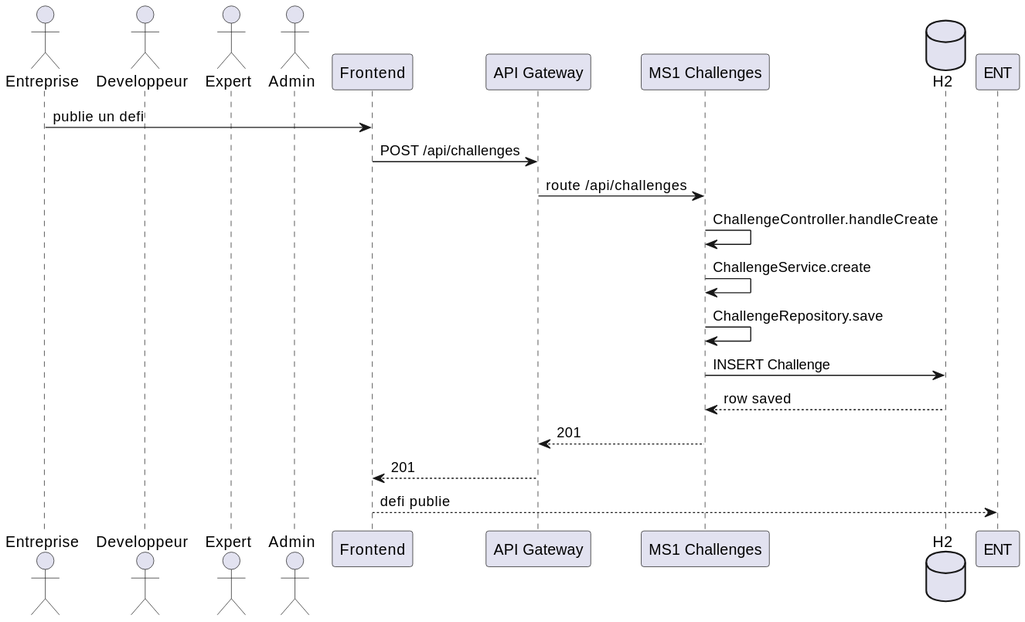
This is docs/Diagrams/Challenges/ms1-challenges-sequence.svg from reemslama/mini-projet-web, a PlantUML export, as it was before one commit.
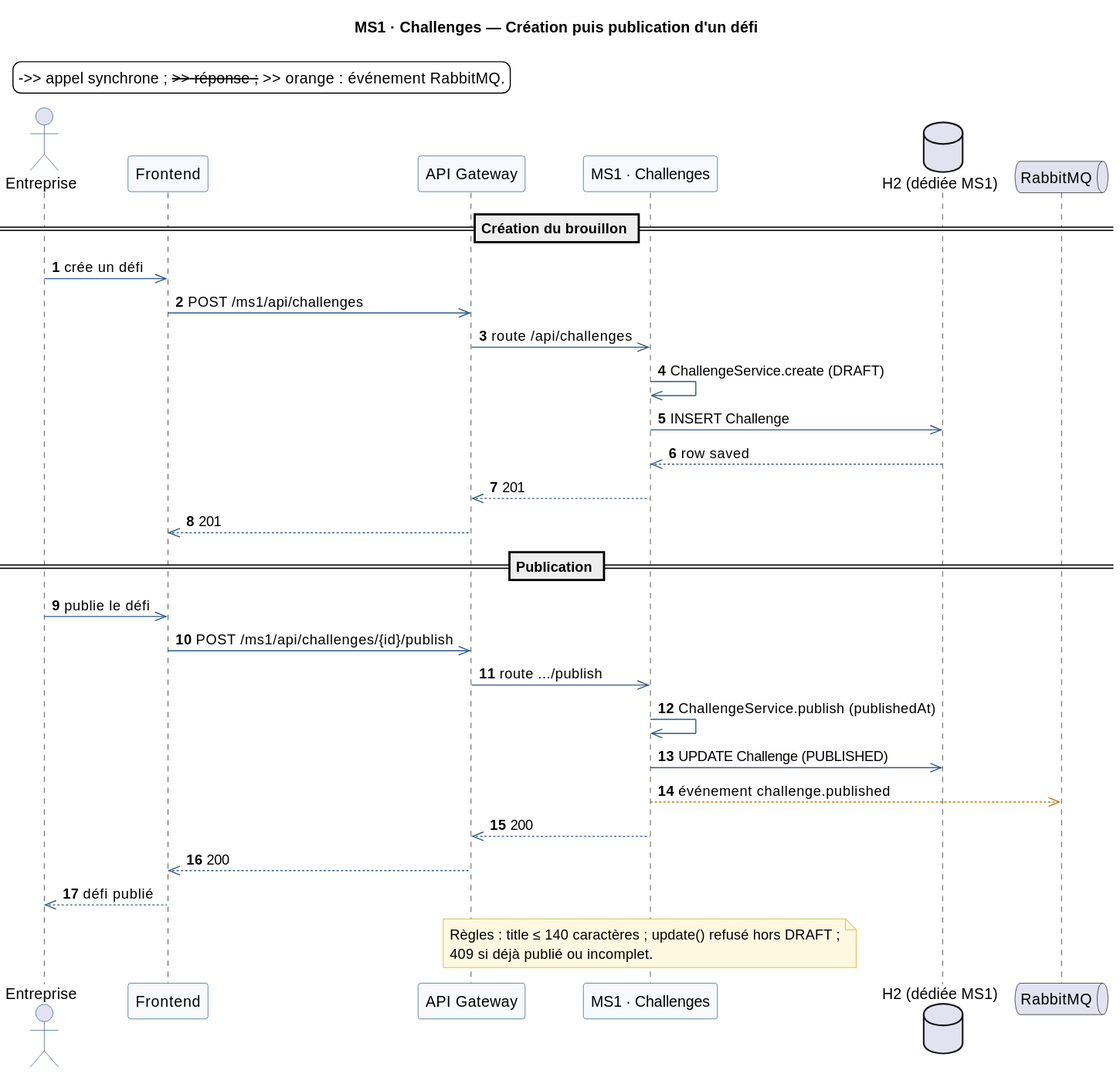
The same diagram one commit later.

The edit, as a diff of the source:
```diff
@@ -1,24 +1,54 @@
 @startuml
+title MS1 · Challenges — Création puis publication d'un défi
+
 skinparam backgroundColor #FFFFFF
-actor Entreprise
-actor Developpeur
-actor Expert
-actor Admin
+skinparam shadowing false
+skinparam FontName Helvetica
+skinparam FontSize 12
+skinparam ArrowColor #2E5A88
+skinparam ParticipantBackgroundColor #F7F9FC
+skinparam ParticipantBorderColor #2E5A88
+skinparam ActorBorderColor #2E5A88
+skinparam NoteBackgroundColor #FFF8E1
+skinparam NoteBorderColor #D9A400
+autonumber
 
+legend top left
+  ->> appel synchrone ; -->> réponse ; -->> orange : événement RabbitMQ.
+end legend
+
+actor "Entreprise" as ENT
 participant "Frontend" as FE
 participant "API Gateway" as GW
-participant "MS1 Challenges" as MS1
-database "H2" as DB
+participant "MS1 · Challenges" as MS1
+database "H2 (dédiée MS1)" as DB
+queue "RabbitMQ" as RMQ
 
-Entreprise -> FE : publie un defi
-FE -> GW : POST /api/challenges
-GW -> MS1 : route /api/challenges
-MS1 -> MS1 : ChallengeController.handleCreate
-MS1 -> MS1 : ChallengeService.create
-MS1 -> MS1 : ChallengeRepository.save
-MS1 -> DB : INSERT Challenge
-DB --> MS1 : row saved
-MS1 --> GW : 201
-GW --> FE : 201
-FE --> ENT : defi publie
+== Création du brouillon ==
+
+ENT ->> FE : crée un défi
+FE ->> GW : POST /ms1/api/challenges
+GW ->> MS1 : route /api/challenges
+MS1 ->> MS1 : ChallengeService.create (DRAFT)
+MS1 ->> DB : INSERT Challenge
+DB -->> MS1 : row saved
+MS1 -->> GW : 201
+GW -->> FE : 201
+
+== Publication ==
+
+ENT ->> FE : publie le défi
+FE ->> GW : POST /ms1/api/challenges/{id}/publish
+GW ->> MS1 : route .../publish
+MS1 ->> MS1 : ChallengeService.publish (publishedAt)
+MS1 ->> DB : UPDATE Challenge (PUBLISHED)
+MS1 --[#C07400]>> RMQ : événement challenge.published
+MS1 -->> GW : 200
+GW -->> FE : 200
+FE -->> ENT : défi publié
+
+note over MS1
+  Règles : title ≤ 140 caractères ; update() refusé hors DRAFT ;
+  409 si déjà publié ou incomplet.
+end note
 @enduml
```
